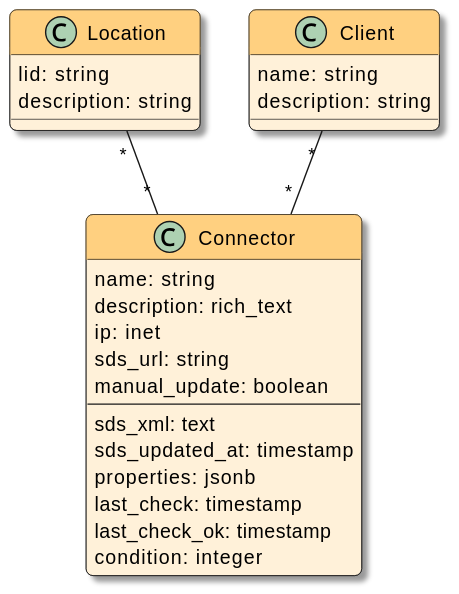
This is docsrc/devnotes/modules/ROOT/images/models.svg from swobspace/cocard, a PlantUML export, as it was before one commit.
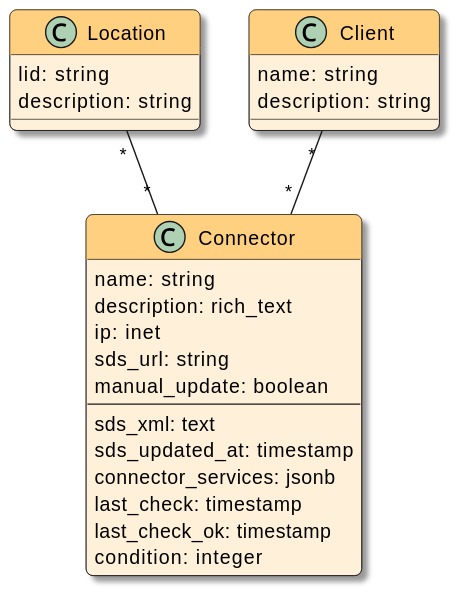
The same file after the commit.

Commit message:
rename Connector#properties to Connector#connector_services to match TI naming

The edit, as a diff of the source:
```diff
@@ -12,7 +12,7 @@
   --
   sds_xml: text
   sds_updated_at: timestamp
-  properties: jsonb
+  connector_services: jsonb
   last_check: timestamp
   last_check_ok: timestamp
   condition: integer
```
